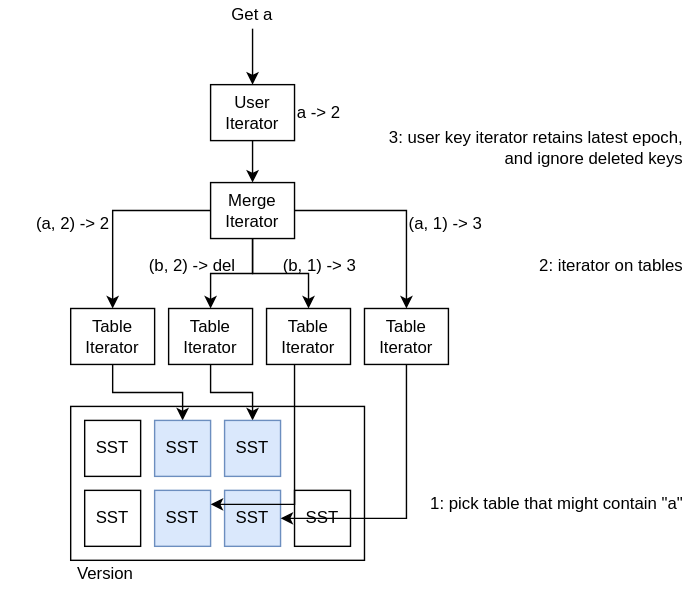
Before: docs/images/state-store-overview/state-store-overview-03.svg, a diagram exported from draw.io (piedb-dev/piestream). Source tidied: cells renumbered, new cells last; positions are measured from the earlier drawing's top-left corner, leaving out a move shared by most shapes. Source of this version:
```xml
<mxGraphModel>
  <root>
    <mxCell id="0" />
    <mxCell id="1" parent="0" />
    <mxCell id="2" style="rounded=0;whiteSpace=wrap;html=1;" parent="1" vertex="1">
      <mxGeometry x="50" y="290" width="210" height="110" as="geometry" />
    </mxCell>
    <mxCell id="3" value="SST" style="rounded=0;whiteSpace=wrap;html=1;" parent="1" vertex="1">
      <mxGeometry x="60" y="300" width="40" height="40" as="geometry" />
    </mxCell>
    <mxCell id="4" style="edgeStyle=orthogonalEdgeStyle;rounded=0;jettySize=auto;html=1;entryX=0.5;entryY=1;entryDx=0;entryDy=0;startArrow=classic;startFill=1;endArrow=none;endFill=0;" parent="1" edge="1" source="5" target="15">
      <mxGeometry relative="1" as="geometry" />
    </mxCell>
    <mxCell id="5" value="SST" style="rounded=0;whiteSpace=wrap;html=1;fillColor=#dae8fc;strokeColor=#6c8ebf;" parent="1" vertex="1">
      <mxGeometry x="110" y="300" width="40" height="40" as="geometry" />
    </mxCell>
    <mxCell id="6" style="edgeStyle=orthogonalEdgeStyle;rounded=0;jettySize=auto;html=1;entryX=0.5;entryY=1;entryDx=0;entryDy=0;startArrow=classic;startFill=1;endArrow=none;endFill=0;" parent="1" edge="1" source="7" target="16">
      <mxGeometry relative="1" as="geometry" />
    </mxCell>
    <mxCell id="7" value="SST" style="rounded=0;whiteSpace=wrap;html=1;fillColor=#dae8fc;strokeColor=#6c8ebf;" parent="1" vertex="1">
      <mxGeometry x="160" y="300" width="40" height="40" as="geometry" />
    </mxCell>
    <mxCell id="8" value="SST" style="rounded=0;whiteSpace=wrap;html=1;" parent="1" vertex="1">
      <mxGeometry x="60" y="350" width="40" height="40" as="geometry" />
    </mxCell>
    <mxCell id="9" value="SST" style="rounded=0;whiteSpace=wrap;html=1;fillColor=#dae8fc;strokeColor=#6c8ebf;" parent="1" vertex="1">
      <mxGeometry x="110" y="350" width="40" height="40" as="geometry" />
    </mxCell>
    <mxCell id="10" value="SST" style="rounded=0;whiteSpace=wrap;html=1;fillColor=#dae8fc;strokeColor=#6c8ebf;" parent="1" vertex="1">
      <mxGeometry x="160" y="350" width="40" height="40" as="geometry" />
    </mxCell>
    <mxCell id="11" value="SST" style="rounded=0;whiteSpace=wrap;html=1;" parent="1" vertex="1">
      <mxGeometry x="210" y="350" width="40" height="40" as="geometry" />
    </mxCell>
    <mxCell id="12" value="Version" style="text;html=1;strokeColor=none;fillColor=none;align=center;verticalAlign=middle;whiteSpace=wrap;rounded=0;" parent="1" vertex="1">
      <mxGeometry x="50" y="400" width="50" height="20" as="geometry" />
    </mxCell>
    <mxCell id="13" style="edgeStyle=orthogonalEdgeStyle;rounded=0;jettySize=auto;html=1;startArrow=none;startFill=0;endArrow=classic;endFill=1;" parent="1" edge="1" source="14" target="28">
      <mxGeometry relative="1" as="geometry" />
    </mxCell>
    <mxCell id="14" value="Get a" style="text;html=1;strokeColor=none;fillColor=none;align=center;verticalAlign=middle;whiteSpace=wrap;rounded=0;" parent="1" vertex="1">
      <mxGeometry x="150" width="60" height="20" as="geometry" />
    </mxCell>
    <mxCell id="15" value="Table Iterator" style="rounded=0;whiteSpace=wrap;html=1;" parent="1" vertex="1">
      <mxGeometry x="50" y="220" width="60" height="40" as="geometry" />
    </mxCell>
    <mxCell id="16" value="Table Iterator" style="rounded=0;whiteSpace=wrap;html=1;" parent="1" vertex="1">
      <mxGeometry x="120" y="220" width="60" height="40" as="geometry" />
    </mxCell>
    <mxCell id="17" style="edgeStyle=orthogonalEdgeStyle;rounded=0;jettySize=auto;html=1;startArrow=none;startFill=0;endArrow=classic;endFill=1;" parent="1" edge="1" source="18">
      <mxGeometry relative="1" as="geometry">
        <mxPoint x="150" y="360" as="targetPoint" />
        <Array as="points">
          <mxPoint x="210" y="360" />
          <mxPoint x="150" y="360" />
        </Array>
      </mxGeometry>
    </mxCell>
    <mxCell id="18" value="Table Iterator" style="rounded=0;whiteSpace=wrap;html=1;" parent="1" vertex="1">
      <mxGeometry x="190" y="220" width="60" height="40" as="geometry" />
    </mxCell>
    <mxCell id="19" style="edgeStyle=orthogonalEdgeStyle;rounded=0;jettySize=auto;html=1;entryX=1;entryY=0.5;entryDx=0;entryDy=0;startArrow=none;startFill=0;endArrow=classic;endFill=1;" parent="1" edge="1" source="20" target="10">
      <mxGeometry relative="1" as="geometry">
        <Array as="points">
          <mxPoint x="290" y="370" />
        </Array>
      </mxGeometry>
    </mxCell>
    <mxCell id="20" value="Table Iterator" style="rounded=0;whiteSpace=wrap;html=1;" parent="1" vertex="1">
      <mxGeometry x="260" y="220" width="60" height="40" as="geometry" />
    </mxCell>
    <mxCell id="21" value="1: pick table that might contain &quot;a&quot;" style="text;html=1;strokeColor=none;fillColor=none;align=right;verticalAlign=middle;whiteSpace=wrap;rounded=0;opacity=30;" parent="1" vertex="1">
      <mxGeometry x="290" y="350" width="200" height="20" as="geometry" />
    </mxCell>
    <mxCell id="22" style="edgeStyle=orthogonalEdgeStyle;rounded=0;jettySize=auto;html=1;entryX=0.5;entryY=0;entryDx=0;entryDy=0;startArrow=none;startFill=0;endArrow=classic;endFill=1;" parent="1" edge="1" source="26" target="15">
      <mxGeometry relative="1" as="geometry" />
    </mxCell>
    <mxCell id="23" style="edgeStyle=orthogonalEdgeStyle;rounded=0;jettySize=auto;html=1;entryX=0.5;entryY=0;entryDx=0;entryDy=0;startArrow=none;startFill=0;endArrow=classic;endFill=1;" parent="1" edge="1" source="26" target="16">
      <mxGeometry relative="1" as="geometry" />
    </mxCell>
    <mxCell id="24" style="edgeStyle=orthogonalEdgeStyle;rounded=0;jettySize=auto;html=1;entryX=0.5;entryY=0;entryDx=0;entryDy=0;startArrow=none;startFill=0;endArrow=classic;endFill=1;" parent="1" edge="1" source="26" target="18">
      <mxGeometry relative="1" as="geometry" />
    </mxCell>
    <mxCell id="25" style="edgeStyle=orthogonalEdgeStyle;rounded=0;jettySize=auto;html=1;entryX=0.5;entryY=0;entryDx=0;entryDy=0;startArrow=none;startFill=0;endArrow=classic;endFill=1;" parent="1" edge="1" source="26" target="20">
      <mxGeometry relative="1" as="geometry" />
    </mxCell>
    <mxCell id="26" value="Merge Iterator" style="rounded=0;whiteSpace=wrap;html=1;" parent="1" vertex="1">
      <mxGeometry x="150" y="130" width="60" height="40" as="geometry" />
    </mxCell>
    <mxCell id="27" style="edgeStyle=orthogonalEdgeStyle;rounded=0;jettySize=auto;html=1;startArrow=none;startFill=0;endArrow=classic;endFill=1;" parent="1" edge="1" source="28" target="26">
      <mxGeometry relative="1" as="geometry" />
    </mxCell>
    <mxCell id="28" value="User Iterator" style="rounded=0;whiteSpace=wrap;html=1;" parent="1" vertex="1">
      <mxGeometry x="150" y="60" width="60" height="40" as="geometry" />
    </mxCell>
    <mxCell id="29" value="2: iterator on tables" style="text;html=1;strokeColor=none;fillColor=none;align=right;verticalAlign=middle;whiteSpace=wrap;rounded=0;opacity=30;" parent="1" vertex="1">
      <mxGeometry x="290" y="180" width="200" height="20" as="geometry" />
    </mxCell>
    <mxCell id="30" value="(a, 1) -&amp;gt; 3" style="text;html=1;strokeColor=none;fillColor=none;align=left;verticalAlign=middle;whiteSpace=wrap;rounded=0;opacity=30;" parent="1" vertex="1">
      <mxGeometry x="290" y="150" width="80" height="20" as="geometry" />
    </mxCell>
    <mxCell id="31" value="(b, 1) -&amp;gt; 3" style="text;html=1;strokeColor=none;fillColor=none;align=left;verticalAlign=middle;whiteSpace=wrap;rounded=0;opacity=30;" parent="1" vertex="1">
      <mxGeometry x="200" y="180" width="80" height="20" as="geometry" />
    </mxCell>
    <mxCell id="32" value="(b, 2) -&amp;gt; del" style="text;html=1;strokeColor=none;fillColor=none;align=right;verticalAlign=middle;whiteSpace=wrap;rounded=0;opacity=30;" parent="1" vertex="1">
      <mxGeometry x="90" y="180" width="80" height="20" as="geometry" />
    </mxCell>
    <mxCell id="33" value="(a, 2) -&amp;gt; 2" style="text;html=1;strokeColor=none;fillColor=none;align=right;verticalAlign=middle;whiteSpace=wrap;rounded=0;opacity=30;" parent="1" vertex="1">
      <mxGeometry y="150" width="80" height="20" as="geometry" />
    </mxCell>
    <mxCell id="34" value="a -&amp;gt; 2" style="text;html=1;strokeColor=none;fillColor=none;align=left;verticalAlign=middle;whiteSpace=wrap;rounded=0;opacity=30;" parent="1" vertex="1">
      <mxGeometry x="210" y="70" width="60" height="20" as="geometry" />
    </mxCell>
    <mxCell id="35" value="3: user key iterator retains latest epoch, and ignore deleted keys" style="text;html=1;strokeColor=none;fillColor=none;align=right;verticalAlign=middle;whiteSpace=wrap;rounded=0;opacity=30;" parent="1" vertex="1">
      <mxGeometry x="270" y="90" width="220" height="30" as="geometry" />
    </mxCell>
  </root>
</mxGraphModel>
```
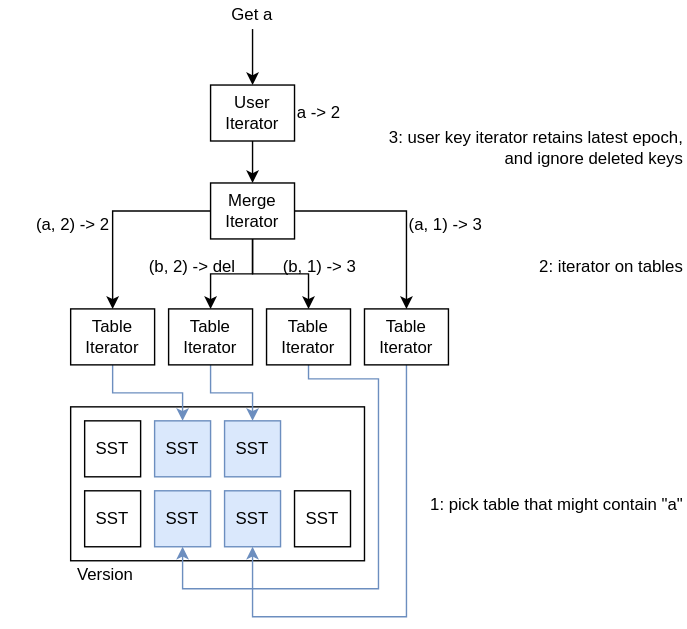
The same diagram one commit later.

Change to the diagram source:
```diff
@@ -8,13 +8,13 @@
     <mxCell id="3" value="SST" style="rounded=0;whiteSpace=wrap;html=1;" parent="1" vertex="1">
       <mxGeometry x="60" y="300" width="40" height="40" as="geometry" />
     </mxCell>
-    <mxCell id="4" style="edgeStyle=orthogonalEdgeStyle;rounded=0;jettySize=auto;html=1;entryX=0.5;entryY=1;entryDx=0;entryDy=0;startArrow=classic;startFill=1;endArrow=none;endFill=0;" parent="1" edge="1" source="5" target="15">
+    <mxCell id="4" style="edgeStyle=orthogonalEdgeStyle;rounded=0;jettySize=auto;html=1;entryX=0.5;entryY=1;entryDx=0;entryDy=0;startArrow=classic;startFill=1;endArrow=none;endFill=0;fillColor=#dae8fc;strokeColor=#6c8ebf;" parent="1" edge="1" source="5" target="15">
       <mxGeometry relative="1" as="geometry" />
     </mxCell>
     <mxCell id="5" value="SST" style="rounded=0;whiteSpace=wrap;html=1;fillColor=#dae8fc;strokeColor=#6c8ebf;" parent="1" vertex="1">
       <mxGeometry x="110" y="300" width="40" height="40" as="geometry" />
     </mxCell>
-    <mxCell id="6" style="edgeStyle=orthogonalEdgeStyle;rounded=0;jettySize=auto;html=1;entryX=0.5;entryY=1;entryDx=0;entryDy=0;startArrow=classic;startFill=1;endArrow=none;endFill=0;" parent="1" edge="1" source="7" target="16">
+    <mxCell id="6" style="edgeStyle=orthogonalEdgeStyle;rounded=0;jettySize=auto;html=1;entryX=0.5;entryY=1;entryDx=0;entryDy=0;startArrow=classic;startFill=1;endArrow=none;endFill=0;fillColor=#dae8fc;strokeColor=#6c8ebf;" parent="1" edge="1" source="7" target="16">
       <mxGeometry relative="1" as="geometry" />
     </mxCell>
     <mxCell id="7" value="SST" style="rounded=0;whiteSpace=wrap;html=1;fillColor=#dae8fc;strokeColor=#6c8ebf;" parent="1" vertex="1">
@@ -29,9 +29,6 @@
     <mxCell id="10" value="SST" style="rounded=0;whiteSpace=wrap;html=1;fillColor=#dae8fc;strokeColor=#6c8ebf;" parent="1" vertex="1">
       <mxGeometry x="160" y="350" width="40" height="40" as="geometry" />
     </mxCell>
-    <mxCell id="11" value="SST" style="rounded=0;whiteSpace=wrap;html=1;" parent="1" vertex="1">
-      <mxGeometry x="210" y="350" width="40" height="40" as="geometry" />
-    </mxCell>
     <mxCell id="12" value="Version" style="text;html=1;strokeColor=none;fillColor=none;align=center;verticalAlign=middle;whiteSpace=wrap;rounded=0;" parent="1" vertex="1">
       <mxGeometry x="50" y="400" width="50" height="20" as="geometry" />
     </mxCell>
@@ -47,22 +44,24 @@
     <mxCell id="16" value="Table Iterator" style="rounded=0;whiteSpace=wrap;html=1;" parent="1" vertex="1">
       <mxGeometry x="120" y="220" width="60" height="40" as="geometry" />
     </mxCell>
-    <mxCell id="17" style="edgeStyle=orthogonalEdgeStyle;rounded=0;jettySize=auto;html=1;startArrow=none;startFill=0;endArrow=classic;endFill=1;" parent="1" edge="1" source="18">
-      <mxGeometry relative="1" as="geometry">
-        <mxPoint x="150" y="360" as="targetPoint" />
-        <Array as="points">
-          <mxPoint x="210" y="360" />
-          <mxPoint x="150" y="360" />
-        </Array>
-      </mxGeometry>
-    </mxCell>
+    <mxCell id="36" style="edgeStyle=orthogonalEdgeStyle;rounded=0;jettySize=auto;html=1;exitX=0.5;exitY=1;exitDx=0;exitDy=0;entryX=0.5;entryY=1;entryDx=0;entryDy=0;fontFamily=Helvetica;fontSize=18;fontColor=#616161;strokeColor=#6c8ebf;fillColor=#dae8fc;" parent="1" edge="1" source="18" target="9">
+      <mxGeometry relative="1" as="geometry">
+        <Array as="points">
+          <mxPoint x="220" y="270" />
+          <mxPoint x="270" y="270" />
+          <mxPoint x="270" y="420" />
+          <mxPoint x="130" y="420" />
+        </Array>
+      </mxGeometry>
+    </mxCell>
     <mxCell id="18" value="Table Iterator" style="rounded=0;whiteSpace=wrap;html=1;" parent="1" vertex="1">
       <mxGeometry x="190" y="220" width="60" height="40" as="geometry" />
     </mxCell>
-    <mxCell id="19" style="edgeStyle=orthogonalEdgeStyle;rounded=0;jettySize=auto;html=1;entryX=1;entryY=0.5;entryDx=0;entryDy=0;startArrow=none;startFill=0;endArrow=classic;endFill=1;" parent="1" edge="1" source="20" target="10">
+    <mxCell id="19" style="edgeStyle=orthogonalEdgeStyle;rounded=0;jettySize=auto;html=1;exitX=0.5;exitY=1;exitDx=0;exitDy=0;entryX=0.5;entryY=1;entryDx=0;entryDy=0;fontFamily=Helvetica;fontSize=18;fontColor=#616161;strokeColor=#6c8ebf;fillColor=#dae8fc;" parent="1" edge="1" source="20" target="10">
       <mxGeometry relative="1" as="geometry">
         <Array as="points">
-          <mxPoint x="290" y="370" />
+          <mxPoint x="290" y="440" />
+          <mxPoint x="180" y="440" />
         </Array>
       </mxGeometry>
     </mxCell>
@@ -114,5 +113,8 @@
     <mxCell id="35" value="3: user key iterator retains latest epoch, and ignore deleted keys" style="text;html=1;strokeColor=none;fillColor=none;align=right;verticalAlign=middle;whiteSpace=wrap;rounded=0;opacity=30;" parent="1" vertex="1">
       <mxGeometry x="270" y="90" width="220" height="30" as="geometry" />
     </mxCell>
+    <mxCell id="11" value="SST" style="rounded=0;whiteSpace=wrap;html=1;" parent="1" vertex="1">
+      <mxGeometry x="210" y="350" width="40" height="40" as="geometry" />
+    </mxCell>
   </root>
 </mxGraphModel>
```
